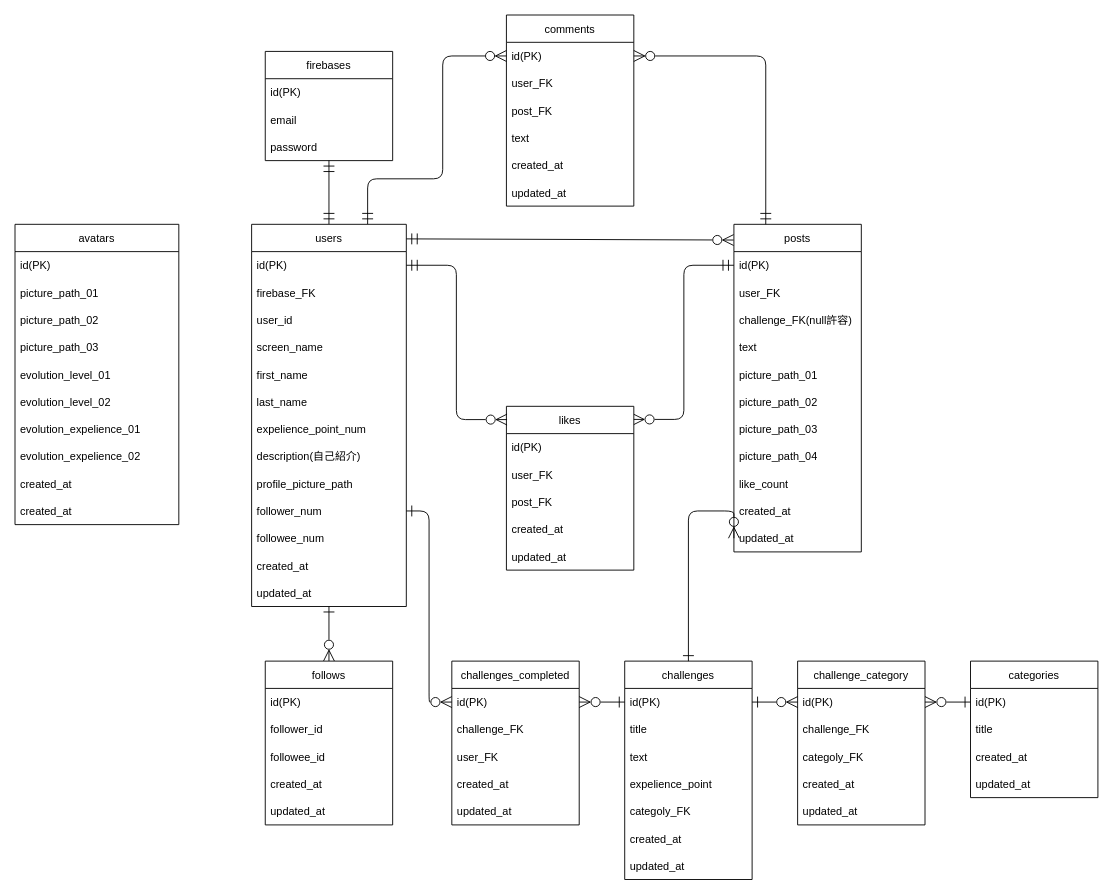
Before: ER.drawio in koki-fore/fastapi-practice, a draw.io diagram. Source tidied: cells renumbered, new cells numbered last; positions are measured from the earlier drawing's top-left corner, leaving out a move shared by most shapes. Both pictures are drawn from the tidied source at 91%, with x=0, y=0 at pixel (15, 15).
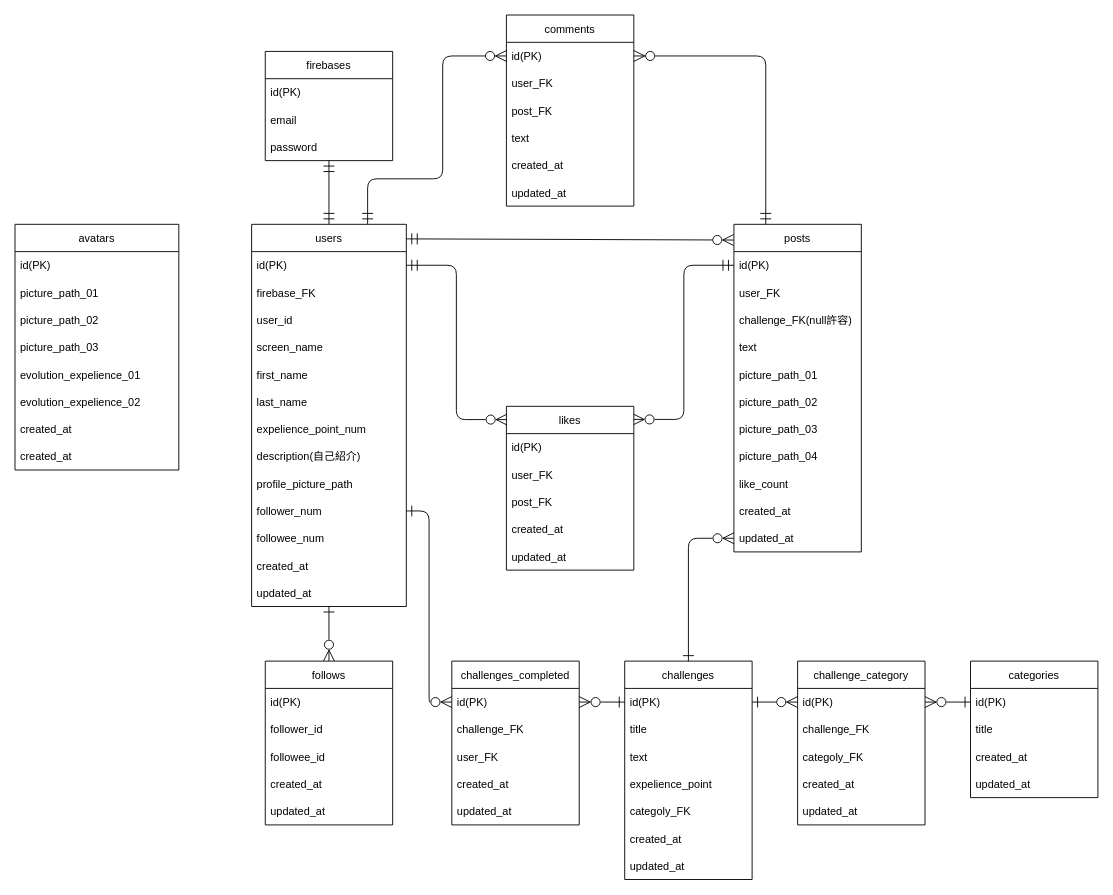
After the change.

Commit message:
avatarsのevolution_levelを消去

The change refers to these unchanged cells:
```xml
<mxCell id="31" value="updated_at" style="text;strokeColor=none;fillColor=none;align=left;verticalAlign=middle;spacingLeft=4;spacingRight=4;overflow=hidden;points=[[0,0.5],[1,0.5]];portConstraint=eastwest;" parent="20" vertex="1">
  <mxGeometry y="330" width="140" height="30" as="geometry" />
</mxCell>
<mxCell id="36" value="challenges" style="swimlane;fontStyle=0;horizontal=1;startSize=30;" parent="1" vertex="1">
  <mxGeometry x="670" y="710" width="140" height="240" as="geometry" />
</mxCell>
```

What changed in the source:
```diff
@@
     <mxCell id="51" value="avatars" style="swimlane;fontStyle=0;horizontal=1;startSize=30;" parent="1" vertex="1">
-      <mxGeometry y="230" width="180" height="330" as="geometry" />
+      <mxGeometry y="230" width="180" height="270" as="geometry" />
     </mxCell>
@@
-    <mxCell id="56" value="evolution_level_01" style="text;strokeColor=none;fillColor=none;align=left;verticalAlign=middle;spacingLeft=4;spacingRight=4;overflow=hidden;" parent="51" vertex="1">
-      <mxGeometry y="150" width="180" height="30" as="geometry" />
-    </mxCell>
-    <mxCell id="57" value="evolution_level_02" style="text;strokeColor=none;fillColor=none;align=left;verticalAlign=middle;spacingLeft=4;spacingRight=4;overflow=hidden;" parent="51" vertex="1">
-      <mxGeometry y="180" width="180" height="30" as="geometry" />
-    </mxCell>
     <mxCell id="58" value="evolution_expelience_01" style="text;strokeColor=none;fillColor=none;align=left;verticalAlign=middle;spacingLeft=4;spacingRight=4;overflow=hidden;" parent="51" vertex="1">
-      <mxGeometry y="210" width="180" height="30" as="geometry" />
+      <mxGeometry y="150" width="180" height="30" as="geometry" />
     </mxCell>
     <mxCell id="59" value="evolution_expelience_02" style="text;strokeColor=none;fillColor=none;align=left;verticalAlign=middle;spacingLeft=4;spacingRight=4;overflow=hidden;" parent="51" vertex="1">
-      <mxGeometry y="240" width="180" height="30" as="geometry" />
+      <mxGeometry y="180" width="180" height="30" as="geometry" />
     </mxCell>
     <mxCell id="60" value="created_at" style="text;strokeColor=none;fillColor=none;align=left;verticalAlign=middle;spacingLeft=4;spacingRight=4;overflow=hidden;" parent="51" vertex="1">
-      <mxGeometry y="270" width="180" height="30" as="geometry" />
+      <mxGeometry y="210" width="180" height="30" as="geometry" />
     </mxCell>
     <mxCell id="61" value="created_at" style="text;strokeColor=none;fillColor=none;align=left;verticalAlign=middle;spacingLeft=4;spacingRight=4;overflow=hidden;" parent="51" vertex="1">
-      <mxGeometry y="300" width="180" height="30" as="geometry" />
+      <mxGeometry y="240" width="180" height="30" as="geometry" />
     </mxCell>
@@
     <mxCell id="82" style="edgeStyle=orthogonalEdgeStyle;html=1;entryX=0.5;entryY=0;entryDx=0;entryDy=0;startArrow=ERzeroToMany;startFill=0;endArrow=ERone;endFill=0;strokeColor=default;endSize=10;startSize=10;exitX=0;exitY=0.5;exitDx=0;exitDy=0;" parent="1" edge="1" source="31" target="36">
       <mxGeometry relative="1" as="geometry">
         <Array as="points">
-          <mxPoint x="740" y="545" />
+          <mxPoint x="740" y="575" />
         </Array>
       </mxGeometry>
     </mxCell>
```
